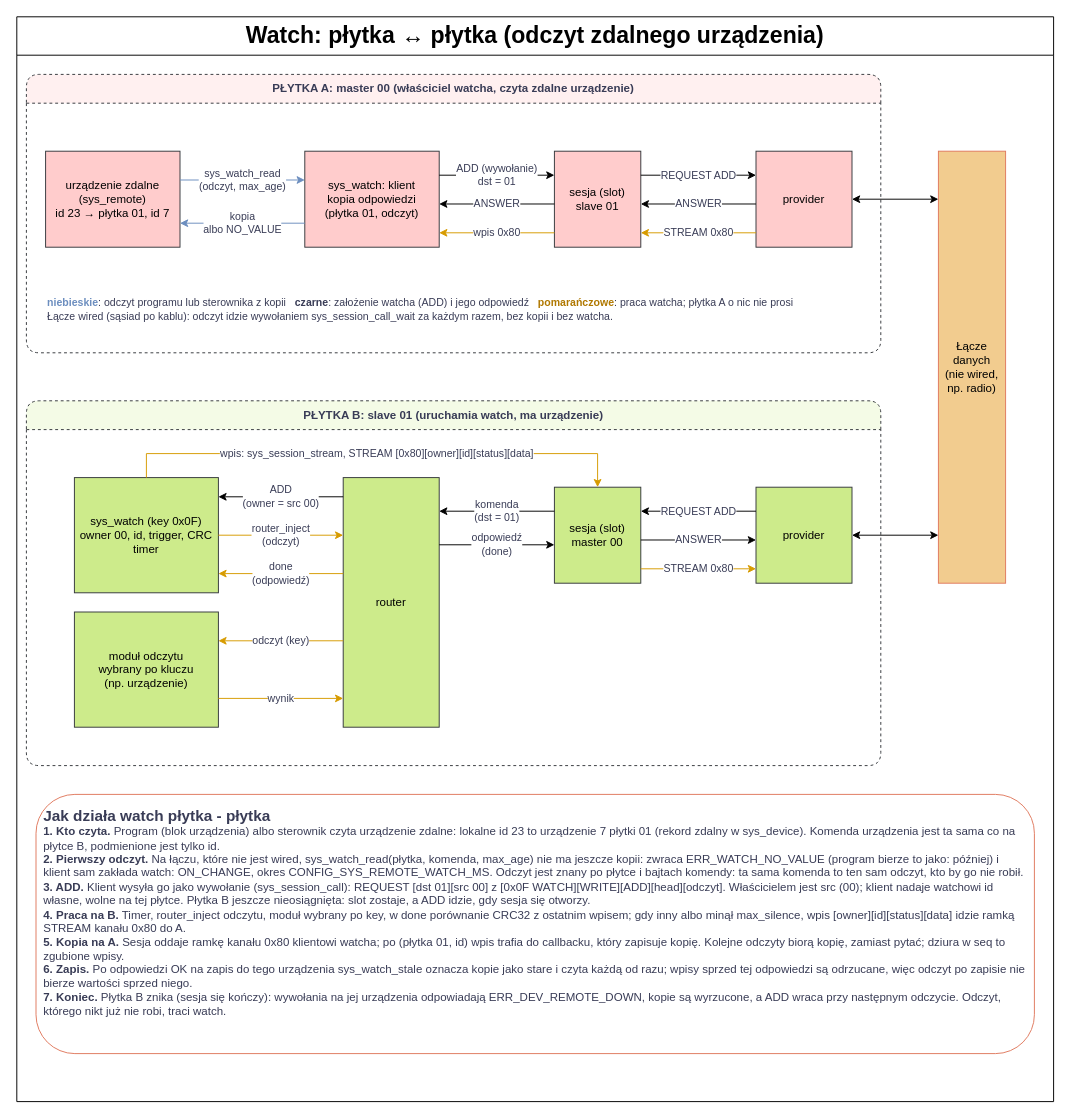
This is page "5 Watch: płytka i płytka" (5 of 10) of _SOFTWARE/runit-dataflow.drawio from prukasz/runIT, a draw.io file, before an edit. Source tidied: cells renumbered, new cells numbered last; positions are measured from the earlier drawing's top-left corner, leaving out a move shared by most shapes. Both pictures are drawn from the tidied source at 96%, with x=0, y=0 at pixel (16, 16).
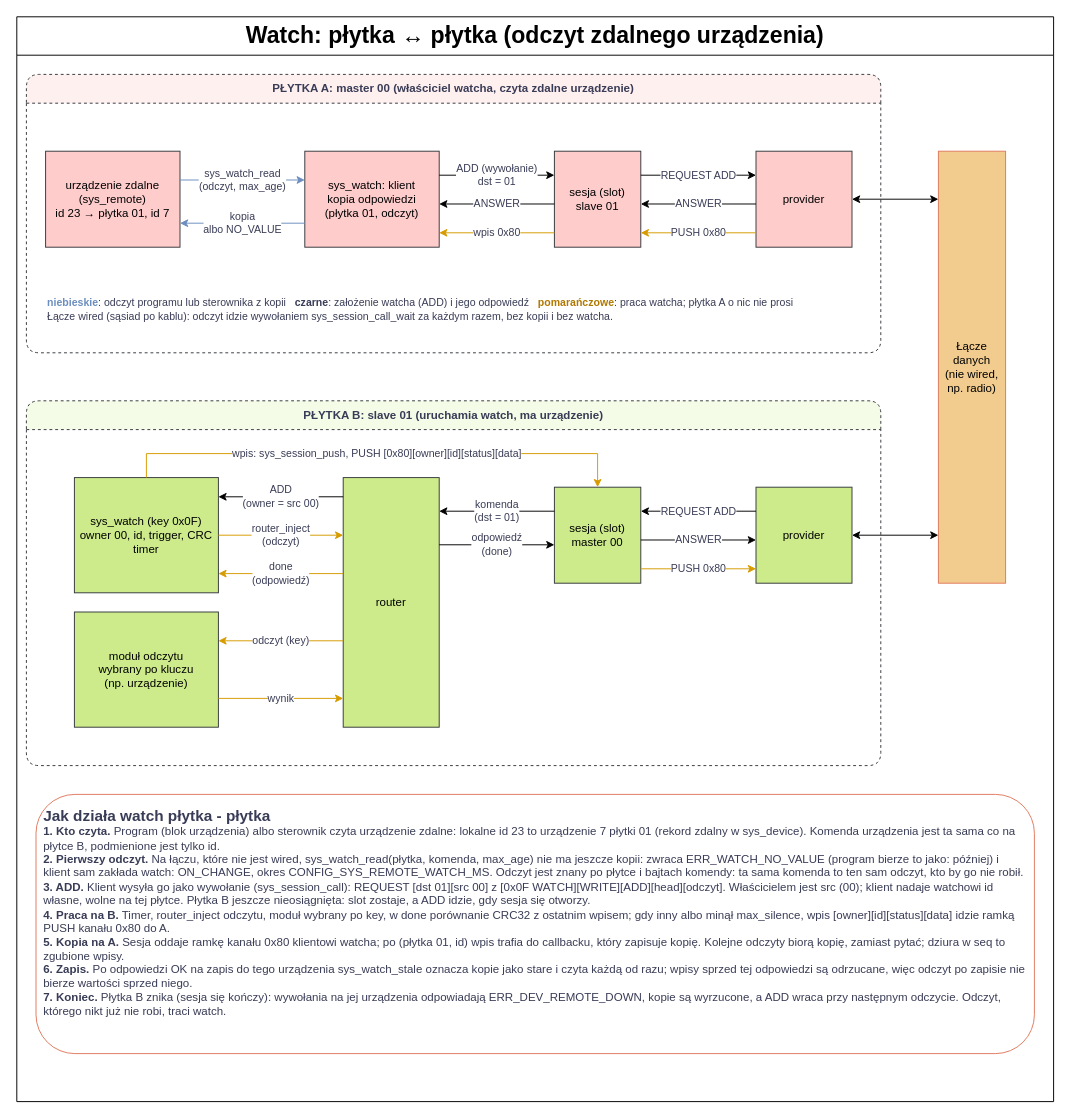
Above is the later version.

Unchanged cells that the change refers to:
```xml
<mxCell id="7" value="sesja (slot)&lt;br&gt;slave 01" style="rounded=0;whiteSpace=wrap;html=1;fillColor=#ffcccc;strokeColor=#36393d;fontColor=#000000;" parent="1" vertex="1">
  <mxGeometry x="560" y="140" width="90" height="100" as="geometry" />
</mxCell>
<mxCell id="8" value="provider" style="rounded=0;whiteSpace=wrap;html=1;fillColor=#ffcccc;strokeColor=#36393d;fontColor=#000000;" parent="1" vertex="1">
  <mxGeometry x="770" y="140" width="100" height="100" as="geometry" />
</mxCell>
<mxCell id="10" value="provider" style="rounded=0;whiteSpace=wrap;html=1;fillColor=#cdeb8b;strokeColor=#36393d;fontColor=#000000;" parent="1" vertex="1">
  <mxGeometry x="770" y="490" width="100" height="100" as="geometry" />
</mxCell>
<mxCell id="11" value="sesja (slot)&lt;br&gt;master 00" style="rounded=0;whiteSpace=wrap;html=1;fillColor=#cdeb8b;strokeColor=#36393d;fontColor=#000000;" parent="1" vertex="1">
  <mxGeometry x="560" y="490" width="90" height="100" as="geometry" />
</mxCell>
<mxCell id="13" value="sys_watch (key 0x0F)&lt;br&gt;owner 00, id, trigger, CRC&lt;br&gt;timer" style="rounded=0;whiteSpace=wrap;html=1;fillColor=#cdeb8b;strokeColor=#36393d;fontColor=#000000;" parent="1" vertex="1">
  <mxGeometry x="60" y="480" width="150" height="120" as="geometry" />
</mxCell>
```

What changed in the source:
```diff
@@
-    <mxCell id="22" value="STREAM 0x80" style="edgeStyle=orthogonalEdgeStyle;rounded=0;html=1;strokeColor=#D79B00;fontColor=#393C56;fontSize=11;labelBackgroundColor=default;exitDx=0;exitDy=0;entryDx=0;entryDy=0;exitX=0.0000;exitY=0.8500;entryX=1.0000;entryY=0.8500;" parent="1" edge="1" source="8" target="7">
+    <mxCell id="22" value="PUSH 0x80" style="edgeStyle=orthogonalEdgeStyle;rounded=0;html=1;strokeColor=#D79B00;fontColor=#393C56;fontSize=11;labelBackgroundColor=default;exitDx=0;exitDy=0;entryDx=0;entryDy=0;exitX=0.0000;exitY=0.8500;entryX=1.0000;entryY=0.8500;" parent="1" edge="1" source="8" target="7">
       <mxGeometry relative="1" as="geometry" />
     </mxCell>
@@
-    <mxCell id="27" value="STREAM 0x80" style="edgeStyle=orthogonalEdgeStyle;rounded=0;html=1;strokeColor=#D79B00;fontColor=#393C56;fontSize=11;labelBackgroundColor=default;exitDx=0;exitDy=0;entryDx=0;entryDy=0;exitX=1.0000;exitY=0.8500;entryX=0.0000;entryY=0.8500;" parent="1" edge="1" source="11" target="10">
+    <mxCell id="27" value="PUSH 0x80" style="edgeStyle=orthogonalEdgeStyle;rounded=0;html=1;strokeColor=#D79B00;fontColor=#393C56;fontSize=11;labelBackgroundColor=default;exitDx=0;exitDy=0;entryDx=0;entryDy=0;exitX=1.0000;exitY=0.8500;entryX=0.0000;entryY=0.8500;" parent="1" edge="1" source="11" target="10">
       <mxGeometry relative="1" as="geometry" />
     </mxCell>
@@
-    <mxCell id="35" value="wpis: sys_session_stream, STREAM [0x80][owner][id][status][data]" style="edgeStyle=orthogonalEdgeStyle;rounded=0;html=1;strokeColor=#D79B00;fontColor=#393C56;fontSize=11;labelBackgroundColor=default;exitDx=0;exitDy=0;entryDx=0;entryDy=0;exitX=0.5000;exitY=0.0000;entryX=0.5000;entryY=0.0000;" parent="1" edge="1" source="13" target="11">
+    <mxCell id="35" value="wpis: sys_session_push, PUSH [0x80][owner][id][status][data]" style="edgeStyle=orthogonalEdgeStyle;rounded=0;html=1;strokeColor=#D79B00;fontColor=#393C56;fontSize=11;labelBackgroundColor=default;exitDx=0;exitDy=0;entryDx=0;entryDy=0;exitX=0.5000;exitY=0.0000;entryX=0.5000;entryY=0.0000;" parent="1" edge="1" source="13" target="11">
       <mxGeometry relative="1" as="geometry">
         <Array as="points">
           <mxPoint x="135" y="455" />
           <mxPoint x="605" y="455" />
         </Array>
       </mxGeometry>
     </mxCell>
@@
-    <mxCell id="37" value="&lt;b style='font-size:16px'&gt;Jak działa watch płytka - płytka&lt;/b&gt;&lt;br&gt;&lt;b&gt;1. Kto czyta.&lt;/b&gt; Program (blok urządzenia) albo sterownik czyta urządzenie zdalne: lokalne id 23 to urządzenie 7 płytki 01 (rekord zdalny w sys_device). Komenda urządzenia jest ta sama co na płytce B, podmienione jest tylko id.&lt;br&gt;&lt;b&gt;2. Pierwszy odczyt.&lt;/b&gt; Na łączu, które nie jest wired, sys_watch_read(płytka, komenda, max_age) nie ma jeszcze kopii: zwraca ERR_WATCH_NO_VALUE (program bierze to jako: później) i klient sam zakłada watch: ON_CHANGE, okres CONFIG_SYS_REMOTE_WATCH_MS. Odczyt jest znany po płytce i bajtach komendy: ta sama komenda to ten sam odczyt, kto by go nie robił.&lt;br&gt;&lt;b&gt;3. ADD.&lt;/b&gt; Klient wysyła go jako wywołanie (sys_session_call): REQUEST [dst 01][src 00] z [0x0F WATCH][WRITE][ADD][head][odczyt]. Właścicielem jest src (00); klient nadaje watchowi id własne, wolne na tej płytce. Płytka B jeszcze nieosiągnięta: slot zostaje, a ADD idzie, gdy sesja się otworzy.&lt;br&gt;&lt;b&gt;4. Praca na B.&lt;/b&gt; Timer, router_inject odczytu, moduł wybrany po key, w done porównanie CRC32 z ostatnim wpisem; gdy inny albo minął max_silence, wpis [owner][id][status][data] idzie ramką STREAM kanału 0x80 do A.&lt;br&gt;&lt;b&gt;5. Kopia na A.&lt;/b&gt; Sesja oddaje ramkę kanału 0x80 klientowi watcha; po (płytka 01, id) wpis trafia do callbacku, który zapisuje kopię. Kolejne odczyty biorą kopię, zamiast pytać; dziura w seq to zgubione wpisy.&lt;br&gt;&lt;b&gt;6. Zapis.&lt;/b&gt; Po odpowiedzi OK na zapis do tego urządzenia sys_watch_stale oznacza kopie jako stare i czyta każdą od razu; wpisy sprzed tej odpowiedzi są odrzucane, więc odczyt po zapisie nie bierze wartości sprzed niego.&lt;br&gt;&lt;b&gt;7. Koniec.&lt;/b&gt; Płytka B znika (sesja się kończy): wywołania na jej urządzenia odpowiadają ERR_DEV_REMOTE_DOWN, kopie są wyrzucone, a ADD wraca przy następnym odczycie. Odczyt, którego nikt już nie robi, traci watch." style="text;html=1;align=left;verticalAlign=top;whiteSpace=wrap;fontColor=#393C56;fontSize=12;strokeColor=#E07A5F;rounded=1;spacing=8;" parent="1" vertex="1">
+    <mxCell id="37" value="&lt;b style='font-size:16px'&gt;Jak działa watch płytka - płytka&lt;/b&gt;&lt;br&gt;&lt;b&gt;1. Kto czyta.&lt;/b&gt; Program (blok urządzenia) albo sterownik czyta urządzenie zdalne: lokalne id 23 to urządzenie 7 płytki 01 (rekord zdalny w sys_device). Komenda urządzenia jest ta sama co na płytce B, podmienione jest tylko id.&lt;br&gt;&lt;b&gt;2. Pierwszy odczyt.&lt;/b&gt; Na łączu, które nie jest wired, sys_watch_read(płytka, komenda, max_age) nie ma jeszcze kopii: zwraca ERR_WATCH_NO_VALUE (program bierze to jako: później) i klient sam zakłada watch: ON_CHANGE, okres CONFIG_SYS_REMOTE_WATCH_MS. Odczyt jest znany po płytce i bajtach komendy: ta sama komenda to ten sam odczyt, kto by go nie robił.&lt;br&gt;&lt;b&gt;3. ADD.&lt;/b&gt; Klient wysyła go jako wywołanie (sys_session_call): REQUEST [dst 01][src 00] z [0x0F WATCH][WRITE][ADD][head][odczyt]. Właścicielem jest src (00); klient nadaje watchowi id własne, wolne na tej płytce. Płytka B jeszcze nieosiągnięta: slot zostaje, a ADD idzie, gdy sesja się otworzy.&lt;br&gt;&lt;b&gt;4. Praca na B.&lt;/b&gt; Timer, router_inject odczytu, moduł wybrany po key, w done porównanie CRC32 z ostatnim wpisem; gdy inny albo minął max_silence, wpis [owner][id][status][data] idzie ramką PUSH kanału 0x80 do A.&lt;br&gt;&lt;b&gt;5. Kopia na A.&lt;/b&gt; Sesja oddaje ramkę kanału 0x80 klientowi watcha; po (płytka 01, id) wpis trafia do callbacku, który zapisuje kopię. Kolejne odczyty biorą kopię, zamiast pytać; dziura w seq to zgubione wpisy.&lt;br&gt;&lt;b&gt;6. Zapis.&lt;/b&gt; Po odpowiedzi OK na zapis do tego urządzenia sys_watch_stale oznacza kopie jako stare i czyta każdą od razu; wpisy sprzed tej odpowiedzi są odrzucane, więc odczyt po zapisie nie bierze wartości sprzed niego.&lt;br&gt;&lt;b&gt;7. Koniec.&lt;/b&gt; Płytka B znika (sesja się kończy): wywołania na jej urządzenia odpowiadają ERR_DEV_REMOTE_DOWN, kopie są wyrzucone, a ADD wraca przy następnym odczycie. Odczyt, którego nikt już nie robi, traci watch." style="text;html=1;align=left;verticalAlign=top;whiteSpace=wrap;fontColor=#393C56;fontSize=12;strokeColor=#E07A5F;rounded=1;spacing=8;" parent="1" vertex="1">
       <mxGeometry x="20" y="810" width="1040" height="270" as="geometry" />
     </mxCell>
```
